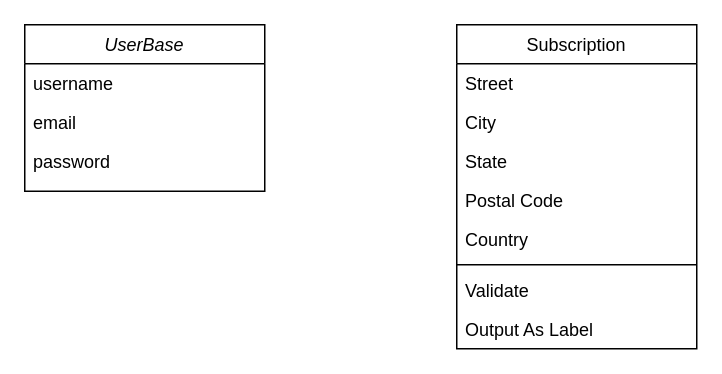
erfan-rfmhr/subscription-task keeps this draw.io diagram as schemas.drawio. Above is the earlier version. Source tidied: cells renumbered, new cells numbered last; positions are measured from the earlier drawing's top-left corner, leaving out a move shared by most shapes. Both pictures are drawn from the tidied source at 150%, with x=0, y=0 at pixel (24, 24).
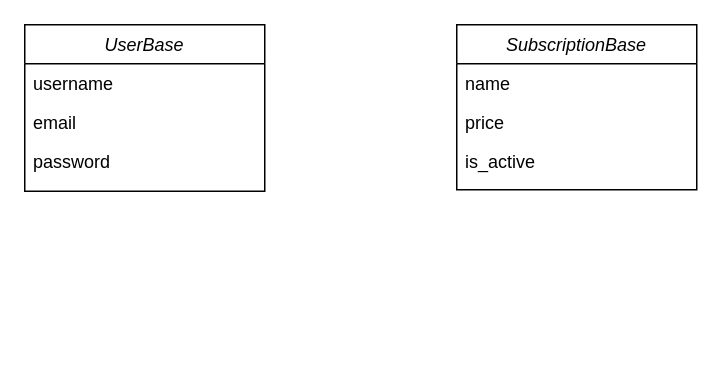
The same page after the edit.

What changed in the source:
```diff
@@
 <mxGraphModel>
   <root>
     <mxCell id="0" />
     <mxCell id="1" parent="0" />
     <mxCell id="2" value="UserBase" style="swimlane;fontStyle=2;align=center;verticalAlign=top;horizontal=1;startSize=26;rounded=0;shadow=0;strokeWidth=1;" parent="1" vertex="1">
       <mxGeometry width="160" height="111" as="geometry" />
     </mxCell>
     <mxCell id="3" value="username" style="text;align=left;verticalAlign=top;spacingLeft=4;spacingRight=4;overflow=hidden;" parent="2" vertex="1">
       <mxGeometry y="26" width="160" height="26" as="geometry" />
     </mxCell>
     <mxCell id="4" value="email" style="text;align=left;verticalAlign=top;spacingLeft=4;spacingRight=4;overflow=hidden;rounded=0;shadow=0;html=0;" parent="2" vertex="1">
       <mxGeometry y="52" width="160" height="26" as="geometry" />
     </mxCell>
     <mxCell id="5" value="password" style="text;align=left;verticalAlign=top;spacingLeft=4;spacingRight=4;overflow=hidden;rounded=0;shadow=0;html=0;" parent="2" vertex="1">
       <mxGeometry y="78" width="160" height="26" as="geometry" />
     </mxCell>
-    <mxCell id="6" value="Subscription" style="swimlane;fontStyle=0;align=center;verticalAlign=top;horizontal=1;startSize=26;rounded=0;shadow=0;strokeWidth=1;" parent="1" vertex="1">
-      <mxGeometry x="288" width="160" height="216" as="geometry" />
+    <mxCell id="6" value="SubscriptionBase" style="swimlane;fontStyle=2;align=center;verticalAlign=top;horizontal=1;startSize=26;rounded=0;shadow=0;strokeWidth=1;" parent="1" vertex="1">
+      <mxGeometry x="288" width="160" height="110" as="geometry" />
     </mxCell>
-    <mxCell id="7" value="Street" style="text;align=left;verticalAlign=top;spacingLeft=4;spacingRight=4;overflow=hidden;" parent="6" vertex="1">
+    <mxCell id="7" value="name" style="text;align=left;verticalAlign=top;spacingLeft=4;spacingRight=4;overflow=hidden;" parent="6" vertex="1">
       <mxGeometry y="26" width="160" height="26" as="geometry" />
     </mxCell>
-    <mxCell id="8" value="City" style="text;align=left;verticalAlign=top;spacingLeft=4;spacingRight=4;overflow=hidden;rounded=0;shadow=0;html=0;" parent="6" vertex="1">
+    <mxCell id="8" value="price" style="text;align=left;verticalAlign=top;spacingLeft=4;spacingRight=4;overflow=hidden;rounded=0;shadow=0;html=0;" parent="6" vertex="1">
       <mxGeometry y="52" width="160" height="26" as="geometry" />
     </mxCell>
-    <mxCell id="9" value="State" style="text;align=left;verticalAlign=top;spacingLeft=4;spacingRight=4;overflow=hidden;rounded=0;shadow=0;html=0;" parent="6" vertex="1">
+    <mxCell id="9" value="is_active" style="text;align=left;verticalAlign=top;spacingLeft=4;spacingRight=4;overflow=hidden;rounded=0;shadow=0;html=0;" parent="6" vertex="1">
       <mxGeometry y="78" width="160" height="26" as="geometry" />
     </mxCell>
-    <mxCell id="10" value="Postal Code" style="text;align=left;verticalAlign=top;spacingLeft=4;spacingRight=4;overflow=hidden;rounded=0;shadow=0;html=0;" parent="6" vertex="1">
-      <mxGeometry y="104" width="160" height="26" as="geometry" />
-    </mxCell>
-    <mxCell id="11" value="Country" style="text;align=left;verticalAlign=top;spacingLeft=4;spacingRight=4;overflow=hidden;rounded=0;shadow=0;html=0;" parent="6" vertex="1">
-      <mxGeometry y="130" width="160" height="26" as="geometry" />
-    </mxCell>
-    <mxCell id="12" style="line;html=1;strokeWidth=1;align=left;verticalAlign=middle;spacingTop=-1;spacingLeft=3;spacingRight=3;labelPosition=right;" parent="6" vertex="1">
-      <mxGeometry y="156" width="160" height="8" as="geometry" />
-    </mxCell>
-    <mxCell id="13" value="Validate" style="text;align=left;verticalAlign=top;spacingLeft=4;spacingRight=4;overflow=hidden;" parent="6" vertex="1">
-      <mxGeometry y="164" width="160" height="26" as="geometry" />
-    </mxCell>
-    <mxCell id="14" value="Output As Label" style="text;align=left;verticalAlign=top;spacingLeft=4;spacingRight=4;overflow=hidden;" parent="6" vertex="1">
-      <mxGeometry y="190" width="160" height="26" as="geometry" />
-    </mxCell>
   </root>
 </mxGraphModel>
```
